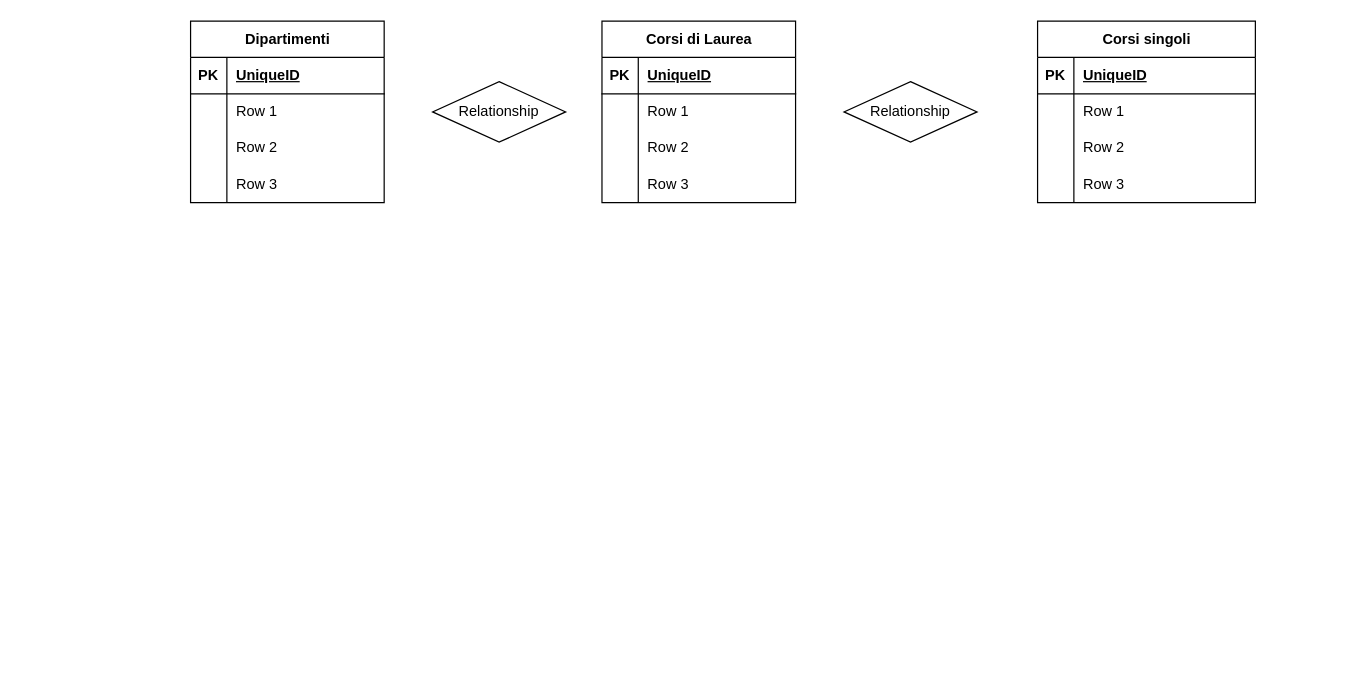
The draw.io diagram tiPrego.dio in DarioConiglione/db-university, before the edit. Source tidied: cells renumbered, new cells numbered last; positions are measured from the earlier drawing's top-left corner, leaving out a move shared by most shapes. Both pictures are drawn from the tidied source at 121%, with x=0, y=0 at pixel (190, 21).
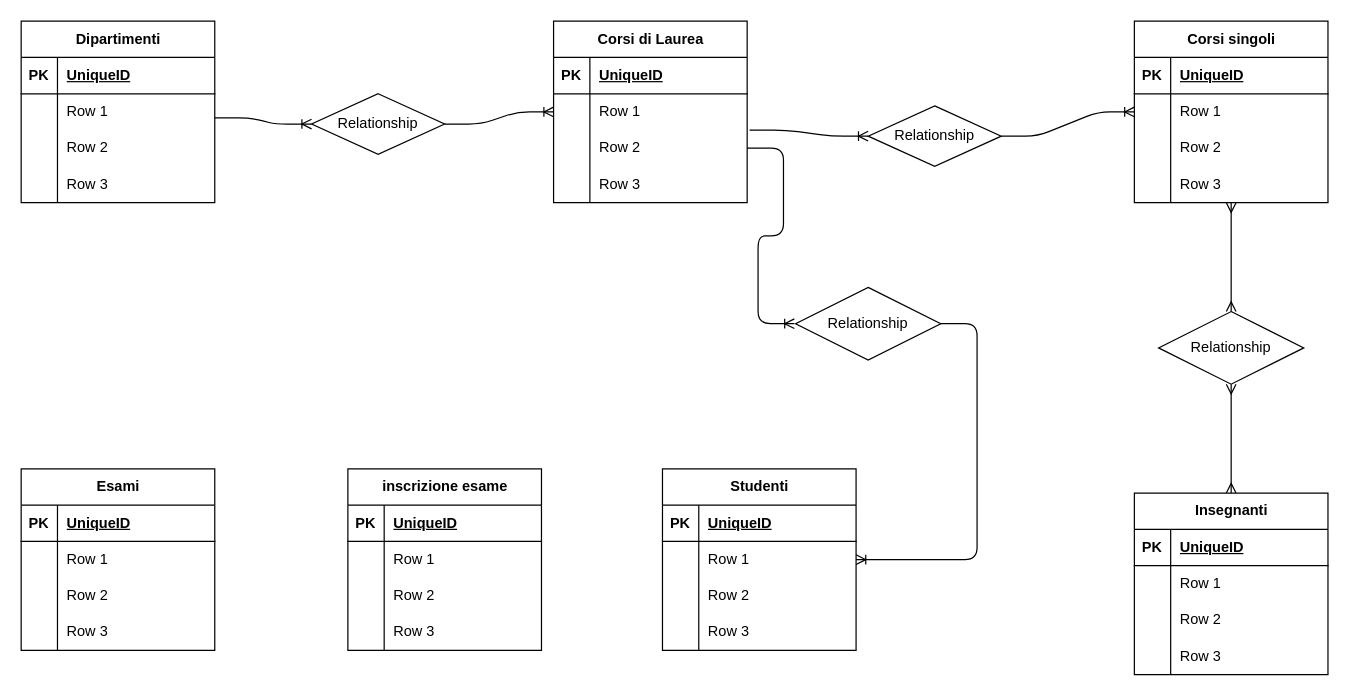
The same page after the edit.

Commit message (it also covers changes not shown here):
create a university diagram

Unchanged cells that the change refers to:
```xml
<mxCell id="19" style="shape=tableRow;horizontal=0;startSize=0;swimlaneHead=0;swimlaneBody=0;fillColor=none;points=[[0,0.5],[1,0.5]];portConstraint=eastwest;top=0;left=0;right=0;bottom=0;" parent="15" vertex="1">
  <mxGeometry y="60" width="160" height="30" as="geometry" />
</mxCell>
<mxCell id="22" style="shape=tableRow;horizontal=0;startSize=0;swimlaneHead=0;swimlaneBody=0;fillColor=none;points=[[0,0.5],[1,0.5]];portConstraint=eastwest;top=0;left=0;right=0;bottom=0;" parent="15" vertex="1">
  <mxGeometry y="90" width="160" height="30" as="geometry" />
</mxCell>
```

Change to the diagram source:
```diff
@@
     <mxCell id="2" value="Dipartimenti" style="shape=table;startSize=30;childLayout=tableLayout;rowLines=0;fontStyle=1;align=center;html=1;" parent="1" vertex="1">
-      <mxGeometry width="160" height="150" as="geometry" />
+      <mxGeometry x="-140" width="160" height="150" as="geometry" />
     </mxCell>
@@
     <mxCell id="15" value="Corsi di Laurea" style="shape=table;startSize=30;childLayout=tableLayout;rowLines=0;fontStyle=1;align=center;html=1;" parent="1" vertex="1">
-      <mxGeometry x="340" width="160" height="150" as="geometry" />
+      <mxGeometry x="300" width="160" height="150" as="geometry" />
     </mxCell>
@@
-    <mxCell id="28" value="Relationship" style="shape=rhombus;perimeter=rhombusPerimeter;whiteSpace=wrap;html=1;align=center;" parent="1" vertex="1">
-      <mxGeometry x="200" y="50" width="110" height="50" as="geometry" />
-    </mxCell>
+    <mxCell id="43" style="edgeStyle=none;html=1;endArrow=ERmany;endFill=0;startArrow=ERmany;startFill=0;" parent="1" edge="1" source="104" target="57">
+      <mxGeometry relative="1" as="geometry" />
+    </mxCell>
     <mxCell id="29" value="Corsi singoli" style="shape=table;startSize=30;childLayout=tableLayout;rowLines=0;fontStyle=1;align=center;html=1;" parent="1" vertex="1">
-      <mxGeometry x="700" width="180" height="150" as="geometry" />
+      <mxGeometry x="780" width="160" height="150" as="geometry" />
     </mxCell>
     <mxCell id="30" style="shape=tableRow;horizontal=0;startSize=0;swimlaneHead=0;swimlaneBody=0;fillColor=none;top=0;left=0;right=0;bottom=1;" parent="29" vertex="1">
-      <mxGeometry y="30" width="180" height="30" as="geometry" />
+      <mxGeometry y="30" width="160" height="30" as="geometry" />
     </mxCell>
@@
     <mxCell id="32" value="UniqueID" style="shape=partialRectangle;fillColor=none;top=0;left=0;bottom=0;right=0;align=left;spacingLeft=6;fontStyle=5;overflow=hidden;whiteSpace=wrap;html=1;" parent="30" vertex="1">
-      <mxGeometry x="30" width="150" height="30" as="geometry" />
+      <mxGeometry x="30" width="130" height="30" as="geometry" />
     </mxCell>
     <mxCell id="33" style="shape=tableRow;horizontal=0;startSize=0;swimlaneHead=0;swimlaneBody=0;fillColor=none;points=[[0,0.5],[1,0.5]];portConstraint=eastwest;top=0;left=0;right=0;bottom=0;" parent="29" vertex="1">
-      <mxGeometry y="60" width="180" height="30" as="geometry" />
+      <mxGeometry y="60" width="160" height="30" as="geometry" />
     </mxCell>
@@
     <mxCell id="35" value="Row 1" style="shape=partialRectangle;fillColor=none;top=0;left=0;bottom=0;right=0;align=left;spacingLeft=6;overflow=hidden;whiteSpace=wrap;html=1;" parent="33" vertex="1">
-      <mxGeometry x="30" width="150" height="30" as="geometry" />
+      <mxGeometry x="30" width="130" height="30" as="geometry" />
     </mxCell>
     <mxCell id="36" style="shape=tableRow;horizontal=0;startSize=0;swimlaneHead=0;swimlaneBody=0;fillColor=none;top=0;left=0;right=0;bottom=0;" parent="29" vertex="1">
-      <mxGeometry y="90" width="180" height="30" as="geometry" />
+      <mxGeometry y="90" width="160" height="30" as="geometry" />
     </mxCell>
@@
     <mxCell id="38" value="Row 2" style="shape=partialRectangle;fillColor=none;top=0;left=0;bottom=0;right=0;align=left;spacingLeft=6;overflow=hidden;whiteSpace=wrap;html=1;" parent="36" vertex="1">
-      <mxGeometry x="30" width="150" height="30" as="geometry" />
+      <mxGeometry x="30" width="130" height="30" as="geometry" />
     </mxCell>
     <mxCell id="39" style="shape=tableRow;horizontal=0;startSize=0;swimlaneHead=0;swimlaneBody=0;fillColor=none;top=0;left=0;right=0;bottom=0;" parent="29" vertex="1">
-      <mxGeometry y="120" width="180" height="30" as="geometry" />
+      <mxGeometry y="120" width="160" height="30" as="geometry" />
     </mxCell>
@@
     <mxCell id="41" value="Row 3" style="shape=partialRectangle;fillColor=none;top=0;left=0;bottom=0;right=0;align=left;spacingLeft=6;overflow=hidden;whiteSpace=wrap;html=1;" parent="39" vertex="1">
-      <mxGeometry x="30" width="150" height="30" as="geometry" />
+      <mxGeometry x="30" width="130" height="30" as="geometry" />
     </mxCell>
+    <mxCell id="44" value="inscrizione esame" style="shape=table;startSize=30;childLayout=tableLayout;rowLines=0;fontStyle=1;align=center;html=1;" parent="1" vertex="1">
+      <mxGeometry x="130" y="370" width="160" height="150" as="geometry" />
+    </mxCell>
+    <mxCell id="45" style="shape=tableRow;horizontal=0;startSize=0;swimlaneHead=0;swimlaneBody=0;fillColor=none;top=0;left=0;right=0;bottom=1;" parent="44" vertex="1">
+      <mxGeometry y="30" width="160" height="30" as="geometry" />
+    </mxCell>
+    <mxCell id="46" value="PK" style="shape=partialRectangle;fillColor=none;top=0;left=0;bottom=0;right=0;fontStyle=1;overflow=hidden;whiteSpace=wrap;html=1;" parent="45" vertex="1">
+      <mxGeometry width="30" height="30" as="geometry" />
+    </mxCell>
+    <mxCell id="47" value="UniqueID" style="shape=partialRectangle;fillColor=none;top=0;left=0;bottom=0;right=0;align=left;spacingLeft=6;fontStyle=5;overflow=hidden;whiteSpace=wrap;html=1;" parent="45" vertex="1">
+      <mxGeometry x="30" width="130" height="30" as="geometry" />
+    </mxCell>
+    <mxCell id="48" style="shape=tableRow;horizontal=0;startSize=0;swimlaneHead=0;swimlaneBody=0;fillColor=none;top=0;left=0;right=0;bottom=0;" parent="44" vertex="1">
+      <mxGeometry y="60" width="160" height="30" as="geometry" />
+    </mxCell>
+    <mxCell id="49" style="shape=partialRectangle;fillColor=none;top=0;left=0;bottom=0;right=0;overflow=hidden;whiteSpace=wrap;html=1;" parent="48" vertex="1">
+      <mxGeometry width="30" height="30" as="geometry" />
+    </mxCell>
+    <mxCell id="50" value="Row 1" style="shape=partialRectangle;fillColor=none;top=0;left=0;bottom=0;right=0;align=left;spacingLeft=6;overflow=hidden;whiteSpace=wrap;html=1;" parent="48" vertex="1">
+      <mxGeometry x="30" width="130" height="30" as="geometry" />
+    </mxCell>
+    <mxCell id="51" style="shape=tableRow;horizontal=0;startSize=0;swimlaneHead=0;swimlaneBody=0;fillColor=none;top=0;left=0;right=0;bottom=0;" parent="44" vertex="1">
+      <mxGeometry y="90" width="160" height="30" as="geometry" />
+    </mxCell>
+    <mxCell id="52" style="shape=partialRectangle;fillColor=none;top=0;left=0;bottom=0;right=0;overflow=hidden;whiteSpace=wrap;html=1;" parent="51" vertex="1">
+      <mxGeometry width="30" height="30" as="geometry" />
+    </mxCell>
+    <mxCell id="53" value="Row 2" style="shape=partialRectangle;fillColor=none;top=0;left=0;bottom=0;right=0;align=left;spacingLeft=6;overflow=hidden;whiteSpace=wrap;html=1;" parent="51" vertex="1">
+      <mxGeometry x="30" width="130" height="30" as="geometry" />
+    </mxCell>
+    <mxCell id="54" style="shape=tableRow;horizontal=0;startSize=0;swimlaneHead=0;swimlaneBody=0;fillColor=none;top=0;left=0;right=0;bottom=0;" parent="44" vertex="1">
+      <mxGeometry y="120" width="160" height="30" as="geometry" />
+    </mxCell>
+    <mxCell id="55" style="shape=partialRectangle;fillColor=none;top=0;left=0;bottom=0;right=0;overflow=hidden;whiteSpace=wrap;html=1;" parent="54" vertex="1">
+      <mxGeometry width="30" height="30" as="geometry" />
+    </mxCell>
+    <mxCell id="56" value="Row 3" style="shape=partialRectangle;fillColor=none;top=0;left=0;bottom=0;right=0;align=left;spacingLeft=6;overflow=hidden;whiteSpace=wrap;html=1;" parent="54" vertex="1">
+      <mxGeometry x="30" width="130" height="30" as="geometry" />
+    </mxCell>
+    <mxCell id="57" value="Insegnanti" style="shape=table;startSize=30;childLayout=tableLayout;rowLines=0;fontStyle=1;align=center;html=1;" parent="1" vertex="1">
+      <mxGeometry x="780" y="390" width="160" height="150" as="geometry" />
+    </mxCell>
+    <mxCell id="58" style="shape=tableRow;horizontal=0;startSize=0;swimlaneHead=0;swimlaneBody=0;fillColor=none;top=0;left=0;right=0;bottom=1;" parent="57" vertex="1">
+      <mxGeometry y="30" width="160" height="30" as="geometry" />
+    </mxCell>
+    <mxCell id="59" value="PK" style="shape=partialRectangle;fillColor=none;top=0;left=0;bottom=0;right=0;fontStyle=1;overflow=hidden;whiteSpace=wrap;html=1;" parent="58" vertex="1">
+      <mxGeometry width="30" height="30" as="geometry" />
+    </mxCell>
+    <mxCell id="60" value="UniqueID" style="shape=partialRectangle;fillColor=none;top=0;left=0;bottom=0;right=0;align=left;spacingLeft=6;fontStyle=5;overflow=hidden;whiteSpace=wrap;html=1;" parent="58" vertex="1">
+      <mxGeometry x="30" width="130" height="30" as="geometry" />
+    </mxCell>
+    <mxCell id="61" style="shape=tableRow;horizontal=0;startSize=0;swimlaneHead=0;swimlaneBody=0;fillColor=none;top=0;left=0;right=0;bottom=0;" parent="57" vertex="1">
+      <mxGeometry y="60" width="160" height="30" as="geometry" />
+    </mxCell>
+    <mxCell id="62" style="shape=partialRectangle;fillColor=none;top=0;left=0;bottom=0;right=0;overflow=hidden;whiteSpace=wrap;html=1;" parent="61" vertex="1">
+      <mxGeometry width="30" height="30" as="geometry" />
+    </mxCell>
+    <mxCell id="63" value="Row 1" style="shape=partialRectangle;fillColor=none;top=0;left=0;bottom=0;right=0;align=left;spacingLeft=6;overflow=hidden;whiteSpace=wrap;html=1;" parent="61" vertex="1">
+      <mxGeometry x="30" width="130" height="30" as="geometry" />
+    </mxCell>
+    <mxCell id="64" style="shape=tableRow;horizontal=0;startSize=0;swimlaneHead=0;swimlaneBody=0;fillColor=none;top=0;left=0;right=0;bottom=0;" parent="57" vertex="1">
+      <mxGeometry y="90" width="160" height="30" as="geometry" />
+    </mxCell>
+    <mxCell id="65" style="shape=partialRectangle;fillColor=none;top=0;left=0;bottom=0;right=0;overflow=hidden;whiteSpace=wrap;html=1;" parent="64" vertex="1">
+      <mxGeometry width="30" height="30" as="geometry" />
+    </mxCell>
+    <mxCell id="66" value="Row 2" style="shape=partialRectangle;fillColor=none;top=0;left=0;bottom=0;right=0;align=left;spacingLeft=6;overflow=hidden;whiteSpace=wrap;html=1;" parent="64" vertex="1">
+      <mxGeometry x="30" width="130" height="30" as="geometry" />
+    </mxCell>
+    <mxCell id="67" style="shape=tableRow;horizontal=0;startSize=0;swimlaneHead=0;swimlaneBody=0;fillColor=none;top=0;left=0;right=0;bottom=0;" parent="57" vertex="1">
+      <mxGeometry y="120" width="160" height="30" as="geometry" />
+    </mxCell>
+    <mxCell id="68" style="shape=partialRectangle;fillColor=none;top=0;left=0;bottom=0;right=0;overflow=hidden;whiteSpace=wrap;html=1;" parent="67" vertex="1">
+      <mxGeometry width="30" height="30" as="geometry" />
+    </mxCell>
+    <mxCell id="69" value="Row 3" style="shape=partialRectangle;fillColor=none;top=0;left=0;bottom=0;right=0;align=left;spacingLeft=6;overflow=hidden;whiteSpace=wrap;html=1;" parent="67" vertex="1">
+      <mxGeometry x="30" width="130" height="30" as="geometry" />
+    </mxCell>
+    <mxCell id="70" value="Esami" style="shape=table;startSize=30;childLayout=tableLayout;rowLines=0;fontStyle=1;align=center;html=1;" parent="1" vertex="1">
+      <mxGeometry x="-140" y="370" width="160" height="150" as="geometry" />
+    </mxCell>
+    <mxCell id="71" style="shape=tableRow;horizontal=0;startSize=0;swimlaneHead=0;swimlaneBody=0;fillColor=none;top=0;left=0;right=0;bottom=1;" parent="70" vertex="1">
+      <mxGeometry y="30" width="160" height="30" as="geometry" />
+    </mxCell>
+    <mxCell id="72" value="PK" style="shape=partialRectangle;fillColor=none;top=0;left=0;bottom=0;right=0;fontStyle=1;overflow=hidden;whiteSpace=wrap;html=1;" parent="71" vertex="1">
+      <mxGeometry width="30" height="30" as="geometry" />
+    </mxCell>
+    <mxCell id="73" value="UniqueID" style="shape=partialRectangle;fillColor=none;top=0;left=0;bottom=0;right=0;align=left;spacingLeft=6;fontStyle=5;overflow=hidden;whiteSpace=wrap;html=1;" parent="71" vertex="1">
+      <mxGeometry x="30" width="130" height="30" as="geometry" />
+    </mxCell>
+    <mxCell id="74" style="shape=tableRow;horizontal=0;startSize=0;swimlaneHead=0;swimlaneBody=0;fillColor=none;top=0;left=0;right=0;bottom=0;" parent="70" vertex="1">
+      <mxGeometry y="60" width="160" height="30" as="geometry" />
+    </mxCell>
+    <mxCell id="75" style="shape=partialRectangle;fillColor=none;top=0;left=0;bottom=0;right=0;overflow=hidden;whiteSpace=wrap;html=1;" parent="74" vertex="1">
+      <mxGeometry width="30" height="30" as="geometry" />
+    </mxCell>
+    <mxCell id="76" value="Row 1" style="shape=partialRectangle;fillColor=none;top=0;left=0;bottom=0;right=0;align=left;spacingLeft=6;overflow=hidden;whiteSpace=wrap;html=1;" parent="74" vertex="1">
+      <mxGeometry x="30" width="130" height="30" as="geometry" />
+    </mxCell>
+    <mxCell id="77" style="shape=tableRow;horizontal=0;startSize=0;swimlaneHead=0;swimlaneBody=0;fillColor=none;top=0;left=0;right=0;bottom=0;" parent="70" vertex="1">
+      <mxGeometry y="90" width="160" height="30" as="geometry" />
+    </mxCell>
+    <mxCell id="78" style="shape=partialRectangle;fillColor=none;top=0;left=0;bottom=0;right=0;overflow=hidden;whiteSpace=wrap;html=1;" parent="77" vertex="1">
+      <mxGeometry width="30" height="30" as="geometry" />
+    </mxCell>
+    <mxCell id="79" value="Row 2" style="shape=partialRectangle;fillColor=none;top=0;left=0;bottom=0;right=0;align=left;spacingLeft=6;overflow=hidden;whiteSpace=wrap;html=1;" parent="77" vertex="1">
+      <mxGeometry x="30" width="130" height="30" as="geometry" />
+    </mxCell>
+    <mxCell id="80" style="shape=tableRow;horizontal=0;startSize=0;swimlaneHead=0;swimlaneBody=0;fillColor=none;top=0;left=0;right=0;bottom=0;" parent="70" vertex="1">
+      <mxGeometry y="120" width="160" height="30" as="geometry" />
+    </mxCell>
+    <mxCell id="81" style="shape=partialRectangle;fillColor=none;top=0;left=0;bottom=0;right=0;overflow=hidden;whiteSpace=wrap;html=1;" parent="80" vertex="1">
+      <mxGeometry width="30" height="30" as="geometry" />
+    </mxCell>
+    <mxCell id="82" value="Row 3" style="shape=partialRectangle;fillColor=none;top=0;left=0;bottom=0;right=0;align=left;spacingLeft=6;overflow=hidden;whiteSpace=wrap;html=1;" parent="80" vertex="1">
+      <mxGeometry x="30" width="130" height="30" as="geometry" />
+    </mxCell>
+    <mxCell id="83" value="Studenti" style="shape=table;startSize=30;childLayout=tableLayout;rowLines=0;fontStyle=1;align=center;html=1;" parent="1" vertex="1">
+      <mxGeometry x="390" y="370" width="160" height="150" as="geometry" />
+    </mxCell>
+    <mxCell id="84" style="shape=tableRow;horizontal=0;startSize=0;swimlaneHead=0;swimlaneBody=0;fillColor=none;top=0;left=0;right=0;bottom=1;" parent="83" vertex="1">
+      <mxGeometry y="30" width="160" height="30" as="geometry" />
+    </mxCell>
+    <mxCell id="85" value="PK" style="shape=partialRectangle;fillColor=none;top=0;left=0;bottom=0;right=0;fontStyle=1;overflow=hidden;whiteSpace=wrap;html=1;" parent="84" vertex="1">
+      <mxGeometry width="30" height="30" as="geometry" />
+    </mxCell>
+    <mxCell id="86" value="UniqueID" style="shape=partialRectangle;fillColor=none;top=0;left=0;bottom=0;right=0;align=left;spacingLeft=6;fontStyle=5;overflow=hidden;whiteSpace=wrap;html=1;" parent="84" vertex="1">
+      <mxGeometry x="30" width="130" height="30" as="geometry" />
+    </mxCell>
+    <mxCell id="87" style="shape=tableRow;horizontal=0;startSize=0;swimlaneHead=0;swimlaneBody=0;fillColor=none;top=0;left=0;right=0;bottom=0;" parent="83" vertex="1">
+      <mxGeometry y="60" width="160" height="30" as="geometry" />
+    </mxCell>
+    <mxCell id="88" style="shape=partialRectangle;fillColor=none;top=0;left=0;bottom=0;right=0;overflow=hidden;whiteSpace=wrap;html=1;" parent="87" vertex="1">
+      <mxGeometry width="30" height="30" as="geometry" />
+    </mxCell>
+    <mxCell id="89" value="Row 1" style="shape=partialRectangle;fillColor=none;top=0;left=0;bottom=0;right=0;align=left;spacingLeft=6;overflow=hidden;whiteSpace=wrap;html=1;" parent="87" vertex="1">
+      <mxGeometry x="30" width="130" height="30" as="geometry" />
+    </mxCell>
+    <mxCell id="90" style="shape=tableRow;horizontal=0;startSize=0;swimlaneHead=0;swimlaneBody=0;fillColor=none;top=0;left=0;right=0;bottom=0;" parent="83" vertex="1">
+      <mxGeometry y="90" width="160" height="30" as="geometry" />
+    </mxCell>
+    <mxCell id="91" style="shape=partialRectangle;fillColor=none;top=0;left=0;bottom=0;right=0;overflow=hidden;whiteSpace=wrap;html=1;" parent="90" vertex="1">
+      <mxGeometry width="30" height="30" as="geometry" />
+    </mxCell>
+    <mxCell id="92" value="Row 2" style="shape=partialRectangle;fillColor=none;top=0;left=0;bottom=0;right=0;align=left;spacingLeft=6;overflow=hidden;whiteSpace=wrap;html=1;" parent="90" vertex="1">
+      <mxGeometry x="30" width="130" height="30" as="geometry" />
+    </mxCell>
+    <mxCell id="93" style="shape=tableRow;horizontal=0;startSize=0;swimlaneHead=0;swimlaneBody=0;fillColor=none;top=0;left=0;right=0;bottom=0;" parent="83" vertex="1">
+      <mxGeometry y="120" width="160" height="30" as="geometry" />
+    </mxCell>
+    <mxCell id="94" style="shape=partialRectangle;fillColor=none;top=0;left=0;bottom=0;right=0;overflow=hidden;whiteSpace=wrap;html=1;" parent="93" vertex="1">
+      <mxGeometry width="30" height="30" as="geometry" />
+    </mxCell>
+    <mxCell id="95" value="Row 3" style="shape=partialRectangle;fillColor=none;top=0;left=0;bottom=0;right=0;align=left;spacingLeft=6;overflow=hidden;whiteSpace=wrap;html=1;" parent="93" vertex="1">
+      <mxGeometry x="30" width="130" height="30" as="geometry" />
+    </mxCell>
+    <mxCell id="96" style="edgeStyle=entityRelationEdgeStyle;fontSize=12;html=1;endArrow=ERoneToMany;entryX=0;entryY=0.5;entryDx=0;entryDy=0;" parent="1" edge="1" source="28" target="19">
+      <mxGeometry relative="1" as="geometry">
+        <Array as="points">
+          <mxPoint x="150" y="100" />
+          <mxPoint x="160" y="90" />
+          <mxPoint x="150" y="100" />
+          <mxPoint x="150" y="50" />
+        </Array>
+      </mxGeometry>
+    </mxCell>
+    <mxCell id="97" style="edgeStyle=entityRelationEdgeStyle;fontSize=12;html=1;endArrow=ERoneToMany;entryX=0;entryY=0.5;entryDx=0;entryDy=0;" parent="1" edge="1" target="28">
+      <mxGeometry relative="1" as="geometry">
+        <mxPoint x="20" y="80" as="sourcePoint" />
+      </mxGeometry>
+    </mxCell>
+    <mxCell id="28" value="Relationship" style="shape=rhombus;perimeter=rhombusPerimeter;whiteSpace=wrap;html=1;align=center;" parent="1" vertex="1">
+      <mxGeometry x="100" y="60" width="110" height="50" as="geometry" />
+    </mxCell>
+    <mxCell id="98" style="edgeStyle=entityRelationEdgeStyle;fontSize=12;html=1;endArrow=ERoneToMany;entryX=0;entryY=0.5;entryDx=0;entryDy=0;" parent="1" edge="1" source="42" target="33">
+      <mxGeometry relative="1" as="geometry" />
+    </mxCell>
+    <mxCell id="99" style="edgeStyle=entityRelationEdgeStyle;fontSize=12;html=1;endArrow=ERoneToMany;entryX=0;entryY=0.5;entryDx=0;entryDy=0;" parent="1" edge="1" target="42">
+      <mxGeometry relative="1" as="geometry">
+        <mxPoint x="462" y="90" as="sourcePoint" />
+      </mxGeometry>
+    </mxCell>
     <mxCell id="42" value="Relationship" style="shape=rhombus;perimeter=rhombusPerimeter;whiteSpace=wrap;html=1;align=center;" parent="1" vertex="1">
-      <mxGeometry x="540" y="50" width="110" height="50" as="geometry" />
+      <mxGeometry x="560" y="70" width="110" height="50" as="geometry" />
     </mxCell>
+    <mxCell id="100" style="edgeStyle=entityRelationEdgeStyle;fontSize=12;html=1;endArrow=ERoneToMany;" parent="1" edge="1" source="102" target="83">
+      <mxGeometry relative="1" as="geometry" />
+    </mxCell>
+    <mxCell id="101" style="edgeStyle=entityRelationEdgeStyle;fontSize=12;html=1;endArrow=ERoneToMany;exitX=1;exitY=0.5;exitDx=0;exitDy=0;" parent="1" edge="1" source="22">
+      <mxGeometry relative="1" as="geometry">
+        <mxPoint x="499" y="250" as="targetPoint" />
+      </mxGeometry>
+    </mxCell>
+    <mxCell id="102" value="Relationship" style="shape=rhombus;perimeter=rhombusPerimeter;whiteSpace=wrap;html=1;align=center;" parent="1" vertex="1">
+      <mxGeometry x="500" y="220" width="120" height="60" as="geometry" />
+    </mxCell>
+    <mxCell id="103" style="edgeStyle=none;html=1;endArrow=ERmany;endFill=0;startArrow=ERmany;startFill=0;" parent="1" edge="1" source="29" target="104">
+      <mxGeometry relative="1" as="geometry" />
+    </mxCell>
+    <mxCell id="104" value="Relationship" style="shape=rhombus;perimeter=rhombusPerimeter;whiteSpace=wrap;html=1;align=center;" parent="1" vertex="1">
+      <mxGeometry x="800" y="240" width="120" height="60" as="geometry" />
+    </mxCell>
```
